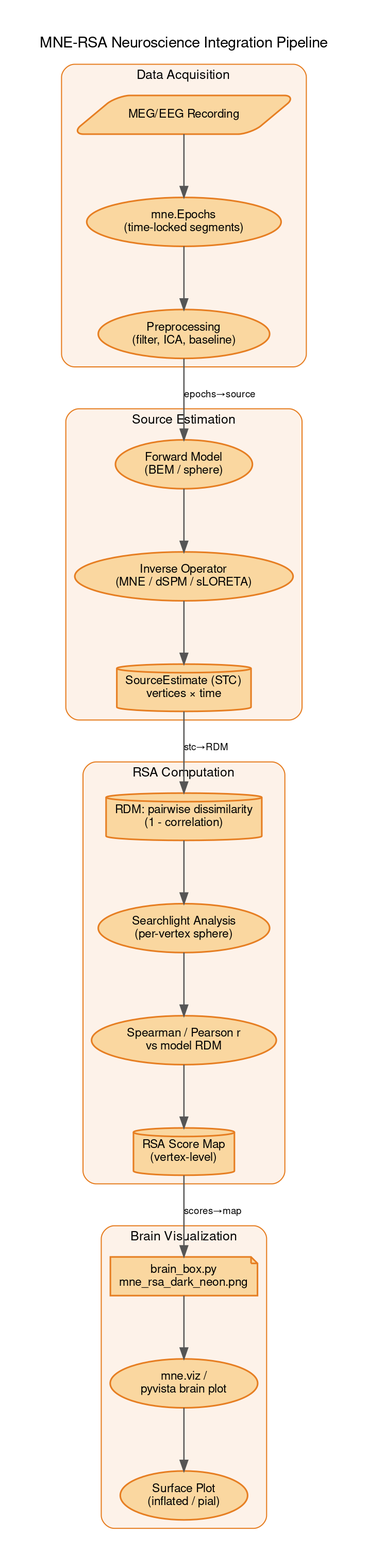
Above: docs/diagrams_25/05_mne_rsa_integration.png in danindiana/hilbertbrane (Graphviz), before the change. Its source is kept beside it as docs/diagrams_25/05_mne_rsa_integration.dot. Its diagram source:
```dot
digraph G {
    graph [
        fontname="Helvetica,Arial,sans-serif"
        bgcolor="#ffffff"
        splines=spline
        nodesep=0.6
        ranksep=0.8
        pad=0.4
        labelloc="t"
        labeljust="c"
        fontsize=14
    ]
    node [fontname="Helvetica,Arial,sans-serif" fontsize=11 style="filled,rounded" penwidth=1.5]
    edge [fontname="Helvetica,Arial,sans-serif" fontsize=9 color="#555555" penwidth=1.2]
    graph [label="MNE-RSA Neuroscience Integration Pipeline" rankdir="TB"]

    subgraph cluster_acq {
        label="Data Acquisition"
        style="filled,rounded" fillcolor="#FDF2E9" color="#E67E22" fontsize=12
        fontname="Helvetica,Arial,sans-serif"

        a1 [label="MEG/EEG Recording" shape=parallelogram fillcolor="#FAD7A0" color="#E67E22"]
        a2 [label="mne.Epochs\n(time-locked segments)" fillcolor="#FAD7A0" color="#E67E22"]
        a3 [label="Preprocessing\n(filter, ICA, baseline)" fillcolor="#FAD7A0" color="#E67E22"]
        a1 -> a2 -> a3
    }

    subgraph cluster_src {
        label="Source Estimation"
        style="filled,rounded" fillcolor="#FDF2E9" color="#E67E22" fontsize=12
        fontname="Helvetica,Arial,sans-serif"

        s1 [label="Forward Model\n(BEM / sphere)" fillcolor="#FAD7A0" color="#E67E22"]
        s2 [label="Inverse Operator\n(MNE / dSPM / sLORETA)" fillcolor="#FAD7A0" color="#E67E22"]
        s3 [label="SourceEstimate (STC)\nvertices × time" shape=cylinder fillcolor="#FAD7A0" color="#E67E22"]
        s1 -> s2 -> s3
    }

    subgraph cluster_rsa {
        label="RSA Computation"
        style="filled,rounded" fillcolor="#FDF2E9" color="#E67E22" fontsize=12
        fontname="Helvetica,Arial,sans-serif"

        r1 [label="RDM: pairwise dissimilarity\n(1 - correlation)" shape=cylinder fillcolor="#FAD7A0" color="#E67E22"]
        r2 [label="Searchlight Analysis\n(per-vertex sphere)" fillcolor="#FAD7A0" color="#E67E22"]
        r3 [label="Spearman / Pearson r\nvs model RDM" fillcolor="#FAD7A0" color="#E67E22"]
        r4 [label="RSA Score Map\n(vertex-level)" shape=cylinder fillcolor="#FAD7A0" color="#E67E22"]
        r1 -> r2 -> r3 -> r4
    }

    subgraph cluster_viz {
        label="Brain Visualization"
        style="filled,rounded" fillcolor="#FDF2E9" color="#E67E22" fontsize=12
        fontname="Helvetica,Arial,sans-serif"

        v1 [label="brain_box.py\nmne_rsa_dark_neon.png" shape=note fillcolor="#FAD7A0" color="#E67E22"]
        v2 [label="mne.viz /\npyvista brain plot" fillcolor="#FAD7A0" color="#E67E22"]
        v3 [label="Surface Plot\n(inflated / pial)" shape=ellipse fillcolor="#FAD7A0" color="#E67E22"]
        v1 -> v2 -> v3
    }

    a3 -> s1 [label="epochs→source"]
    s3 -> r1 [label="stc→RDM"]
    r4 -> v1 [label="scores→map"]
}
```
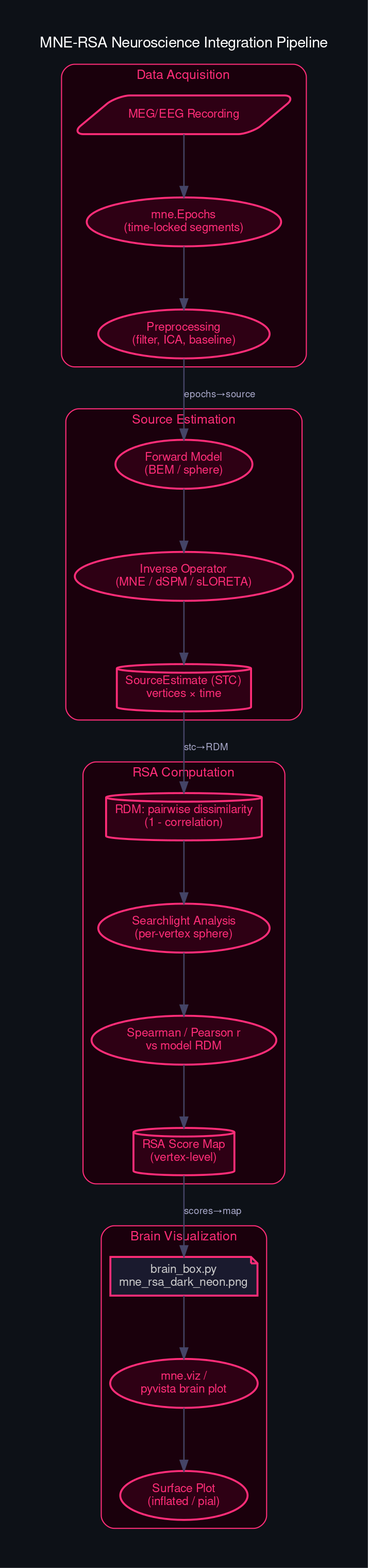
Above is the later version.

Diff of the diagram source:
```diff
@@ -1,7 +1,8 @@
 digraph G {
     graph [
         fontname="Helvetica,Arial,sans-serif"
-        bgcolor="#ffffff"
+        bgcolor="#0d1117"
+        fontcolor="white"
         splines=spline
         nodesep=0.6
         ranksep=0.8
@@ -10,52 +11,52 @@
         labeljust="c"
         fontsize=14
     ]
-    node [fontname="Helvetica,Arial,sans-serif" fontsize=11 style="filled,rounded" penwidth=1.5]
-    edge [fontname="Helvetica,Arial,sans-serif" fontsize=9 color="#555555" penwidth=1.2]
+    node [fontname="Helvetica,Arial,sans-serif" fontsize=11 style="filled,rounded" penwidth=1.8 fontcolor="white"]
+    edge [fontname="Helvetica,Arial,sans-serif" fontsize=9 color="#444466" penwidth=1.2 fontcolor="#aaaacc"]
     graph [label="MNE-RSA Neuroscience Integration Pipeline" rankdir="TB"]
 
     subgraph cluster_acq {
         label="Data Acquisition"
-        style="filled,rounded" fillcolor="#FDF2E9" color="#E67E22" fontsize=12
-        fontname="Helvetica,Arial,sans-serif"
+        style="filled,rounded" fillcolor="#1a000c" color="#ff2d78" fontsize=12
+        fontname="Helvetica,Arial,sans-serif" fontcolor="#ff2d78"
 
-        a1 [label="MEG/EEG Recording" shape=parallelogram fillcolor="#FAD7A0" color="#E67E22"]
-        a2 [label="mne.Epochs\n(time-locked segments)" fillcolor="#FAD7A0" color="#E67E22"]
-        a3 [label="Preprocessing\n(filter, ICA, baseline)" fillcolor="#FAD7A0" color="#E67E22"]
+        a1 [label="MEG/EEG Recording" shape=parallelogram fillcolor="#2e0014" color="#ff2d78" fontcolor="#ff2d78"]
+        a2 [label="mne.Epochs\n(time-locked segments)" fillcolor="#2e0014" color="#ff2d78" fontcolor="#ff2d78"]
+        a3 [label="Preprocessing\n(filter, ICA, baseline)" fillcolor="#2e0014" color="#ff2d78" fontcolor="#ff2d78"]
         a1 -> a2 -> a3
     }
 
     subgraph cluster_src {
         label="Source Estimation"
-        style="filled,rounded" fillcolor="#FDF2E9" color="#E67E22" fontsize=12
-        fontname="Helvetica,Arial,sans-serif"
+        style="filled,rounded" fillcolor="#1a000c" color="#ff2d78" fontsize=12
+        fontname="Helvetica,Arial,sans-serif" fontcolor="#ff2d78"
 
-        s1 [label="Forward Model\n(BEM / sphere)" fillcolor="#FAD7A0" color="#E67E22"]
-        s2 [label="Inverse Operator\n(MNE / dSPM / sLORETA)" fillcolor="#FAD7A0" color="#E67E22"]
-        s3 [label="SourceEstimate (STC)\nvertices × time" shape=cylinder fillcolor="#FAD7A0" color="#E67E22"]
+        s1 [label="Forward Model\n(BEM / sphere)" fillcolor="#2e0014" color="#ff2d78" fontcolor="#ff2d78"]
+        s2 [label="Inverse Operator\n(MNE / dSPM / sLORETA)" fillcolor="#2e0014" color="#ff2d78" fontcolor="#ff2d78"]
+        s3 [label="SourceEstimate (STC)\nvertices × time" shape=cylinder fillcolor="#2e0014" color="#ff2d78" fontcolor="#ff2d78"]
         s1 -> s2 -> s3
     }
 
     subgraph cluster_rsa {
         label="RSA Computation"
-        style="filled,rounded" fillcolor="#FDF2E9" color="#E67E22" fontsize=12
-        fontname="Helvetica,Arial,sans-serif"
+        style="filled,rounded" fillcolor="#1a000c" color="#ff2d78" fontsize=12
+        fontname="Helvetica,Arial,sans-serif" fontcolor="#ff2d78"
 
-        r1 [label="RDM: pairwise dissimilarity\n(1 - correlation)" shape=cylinder fillcolor="#FAD7A0" color="#E67E22"]
-        r2 [label="Searchlight Analysis\n(per-vertex sphere)" fillcolor="#FAD7A0" color="#E67E22"]
-        r3 [label="Spearman / Pearson r\nvs model RDM" fillcolor="#FAD7A0" color="#E67E22"]
-        r4 [label="RSA Score Map\n(vertex-level)" shape=cylinder fillcolor="#FAD7A0" color="#E67E22"]
+        r1 [label="RDM: pairwise dissimilarity\n(1 - correlation)" shape=cylinder fillcolor="#2e0014" color="#ff2d78" fontcolor="#ff2d78"]
+        r2 [label="Searchlight Analysis\n(per-vertex sphere)" fillcolor="#2e0014" color="#ff2d78" fontcolor="#ff2d78"]
+        r3 [label="Spearman / Pearson r\nvs model RDM" fillcolor="#2e0014" color="#ff2d78" fontcolor="#ff2d78"]
+        r4 [label="RSA Score Map\n(vertex-level)" shape=cylinder fillcolor="#2e0014" color="#ff2d78" fontcolor="#ff2d78"]
         r1 -> r2 -> r3 -> r4
     }
 
     subgraph cluster_viz {
         label="Brain Visualization"
-        style="filled,rounded" fillcolor="#FDF2E9" color="#E67E22" fontsize=12
-        fontname="Helvetica,Arial,sans-serif"
+        style="filled,rounded" fillcolor="#1a000c" color="#ff2d78" fontsize=12
+        fontname="Helvetica,Arial,sans-serif" fontcolor="#ff2d78"
 
-        v1 [label="brain_box.py\nmne_rsa_dark_neon.png" shape=note fillcolor="#FAD7A0" color="#E67E22"]
-        v2 [label="mne.viz /\npyvista brain plot" fillcolor="#FAD7A0" color="#E67E22"]
-        v3 [label="Surface Plot\n(inflated / pial)" shape=ellipse fillcolor="#FAD7A0" color="#E67E22"]
+        v1 [label="brain_box.py\nmne_rsa_dark_neon.png" shape=note fillcolor="#1a1a2e" color="#ff2d78" fontcolor="#cccccc"]
+        v2 [label="mne.viz /\npyvista brain plot" fillcolor="#2e0014" color="#ff2d78" fontcolor="#ff2d78"]
+        v3 [label="Surface Plot\n(inflated / pial)" shape=ellipse fillcolor="#2e0014" color="#ff2d78" fontcolor="#ff2d78"]
         v1 -> v2 -> v3
     }
 
```
